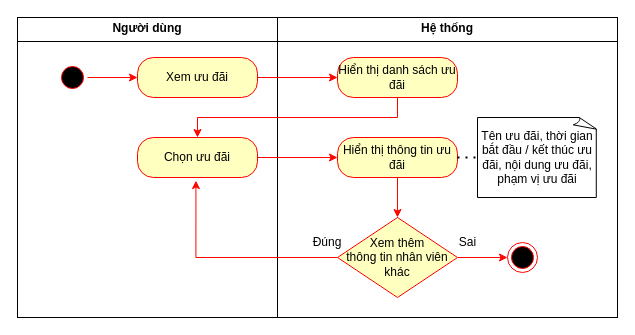
HaojackYT/DAA_SA keeps this draw.io diagram as Sơ đồ hoạt động UC xem ưu đãi.drawio. Above is the earlier version. Source tidied: cells renumbered, new cells numbered last; positions are measured from the earlier drawing's top-left corner, leaving out a move shared by most shapes. Both pictures are drawn from the tidied source at 100%, with x=0, y=0 at pixel (17, 17).
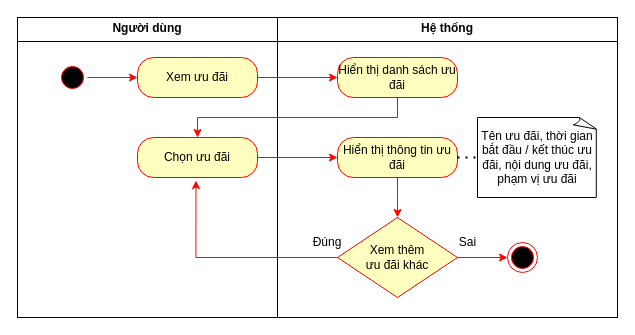
The same page after the edit.

What changed in the source:
```diff
@@
-    <mxCell id="17" value="Xem thêm&lt;br&gt;thông tin nhân viên khác" style="rhombus;whiteSpace=wrap;html=1;fontColor=#000000;fillColor=#ffffc0;strokeColor=#FF0000;" parent="1" vertex="1">
+    <mxCell id="17" value="Xem thêm&lt;br&gt;ưu đãi khác" style="rhombus;whiteSpace=wrap;html=1;fontColor=#000000;fillColor=#ffffc0;strokeColor=#FF0000;" parent="1" vertex="1">
       <mxGeometry x="320" y="200" width="120" height="80" as="geometry" />
     </mxCell>
```
